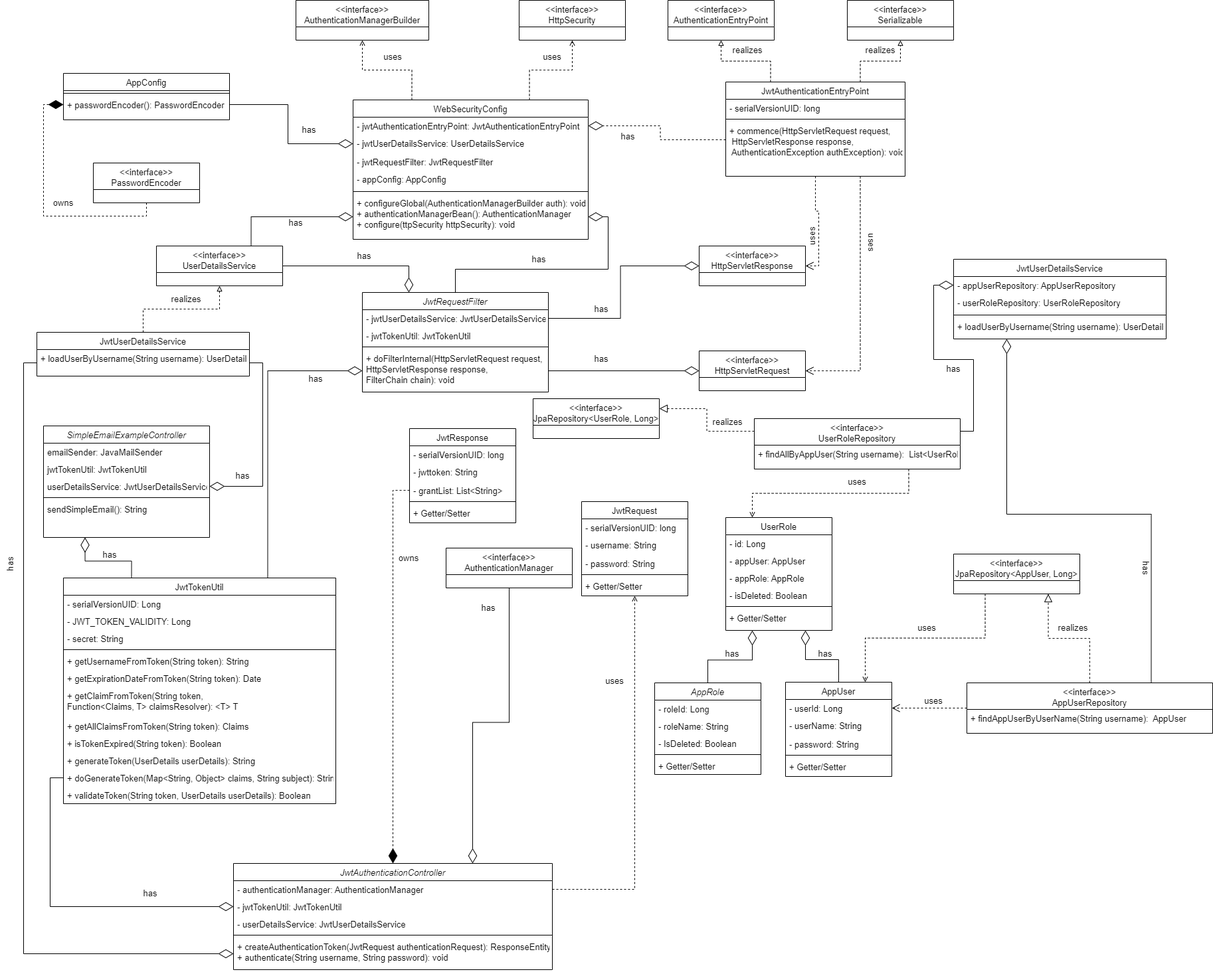
The draw.io diagram module6/detail-design/login-forgot-password-class-diagram.png in tranthienminh135/C0222G2-TranDucPhuong, before a commit. Source tidied: cells renumbered, new cells last; positions are measured from the earlier drawing's top-left corner, leaving out a move shared by most shapes.
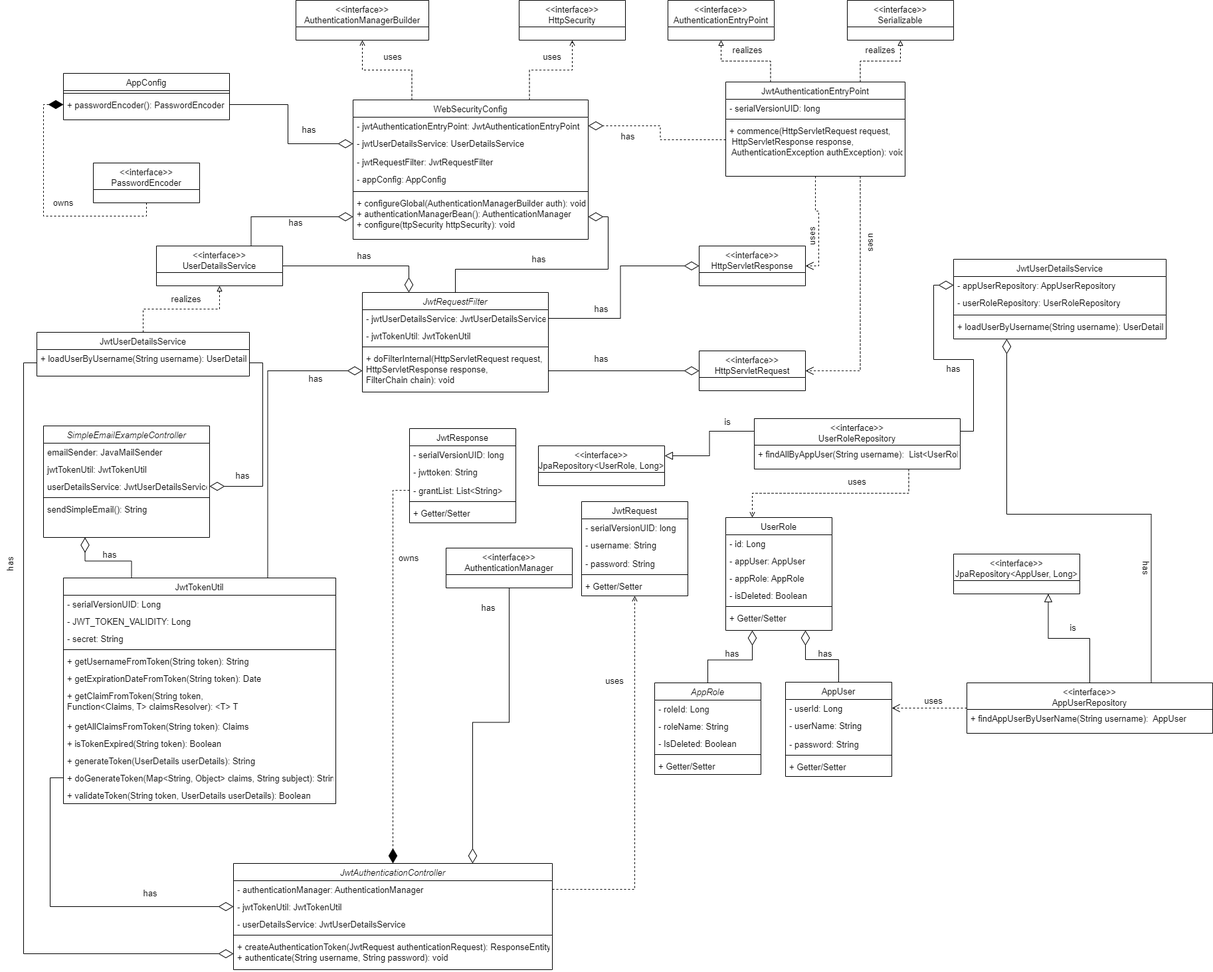
The same file after the commit.

The edit, as a diff of the source:
```diff
@@ -179,7 +179,7 @@
     <mxCell id="60" style="edgeStyle=orthogonalEdgeStyle;rounded=0;jettySize=auto;html=1;exitX=0.75;exitY=1;exitDx=0;exitDy=0;entryX=0.25;entryY=0;entryDx=0;entryDy=0;dashed=1;endArrow=open;endFill=0;fontSize=13;" parent="1" edge="1" source="63" target="16">
       <mxGeometry relative="1" as="geometry" />
     </mxCell>
-    <mxCell id="61" style="edgeStyle=orthogonalEdgeStyle;rounded=0;jettySize=auto;html=1;exitX=0;exitY=0.25;exitDx=0;exitDy=0;entryX=1;entryY=0.25;entryDx=0;entryDy=0;dashed=1;endArrow=block;endFill=0;endSize=10;fontSize=13;" parent="1" edge="1" source="63" target="145">
+    <mxCell id="61" style="edgeStyle=orthogonalEdgeStyle;rounded=0;jettySize=auto;html=1;exitX=0;exitY=0.25;exitDx=0;exitDy=0;entryX=1;entryY=0.25;entryDx=0;entryDy=0;endArrow=block;endFill=0;endSize=10;fontSize=13;" parent="1" edge="1" source="63" target="145">
       <mxGeometry relative="1" as="geometry" />
     </mxCell>
     <mxCell id="62" style="edgeStyle=orthogonalEdgeStyle;rounded=0;jettySize=auto;html=1;exitX=1;exitY=0.25;exitDx=0;exitDy=0;entryX=0;entryY=0.5;entryDx=0;entryDy=0;endArrow=diamondThin;endFill=0;endSize=20;fontSize=13;" parent="1" edge="1" source="63" target="134">
@@ -191,15 +191,9 @@
     <mxCell id="64" value="+ findAllByAppUser(String username):  List&lt;UserRole&gt;" style="text;align=left;verticalAlign=top;spacingLeft=4;spacingRight=4;overflow=hidden;fontStyle=0;fontSize=13;" parent="63" vertex="1">
       <mxGeometry y="40" width="310" height="36" as="geometry" />
     </mxCell>
-    <mxCell id="65" style="edgeStyle=orthogonalEdgeStyle;rounded=0;jettySize=auto;html=1;exitX=0.25;exitY=1;exitDx=0;exitDy=0;entryX=0.75;entryY=0;entryDx=0;entryDy=0;dashed=1;endArrow=open;endFill=0;fontSize=13;" parent="1" edge="1" source="66" target="10">
-      <mxGeometry relative="1" as="geometry" />
-    </mxCell>
     <mxCell id="66" value="&lt;&lt;interface&gt;&gt;&#10;JpaRepository&lt;AppUser, Long&gt;" style="swimlane;fontStyle=0;align=center;verticalAlign=top;horizontal=1;startSize=40;rounded=0;shadow=0;strokeWidth=1;fontSize=13;" parent="1" vertex="1">
       <mxGeometry x="1450" y="834" width="190" height="60" as="geometry" />
     </mxCell>
-    <mxCell id="67" value="uses" style="text;html=1;strokeColor=none;fillColor=none;align=center;verticalAlign=middle;whiteSpace=wrap;rounded=0;fontSize=13;" parent="1" vertex="1">
-      <mxGeometry x="1380" y="930" width="60" height="30" as="geometry" />
-    </mxCell>
     <mxCell id="68" value="uses" style="text;html=1;strokeColor=none;fillColor=none;align=center;verticalAlign=middle;whiteSpace=wrap;rounded=0;fontSize=13;" parent="1" vertex="1">
       <mxGeometry x="1275" y="710" width="60" height="30" as="geometry" />
     </mxCell>
@@ -413,7 +407,7 @@
     <mxCell id="138" style="edgeStyle=orthogonalEdgeStyle;rounded=0;jettySize=auto;html=1;exitX=0;exitY=0.5;exitDx=0;exitDy=0;entryX=1;entryY=0.5;entryDx=0;entryDy=0;dashed=1;endArrow=open;endFill=0;endSize=10;fontSize=13;" parent="1" edge="1" source="141" target="11">
       <mxGeometry relative="1" as="geometry" />
     </mxCell>
-    <mxCell id="139" style="edgeStyle=orthogonalEdgeStyle;rounded=0;jettySize=auto;html=1;exitX=0.5;exitY=0;exitDx=0;exitDy=0;entryX=0.75;entryY=1;entryDx=0;entryDy=0;dashed=1;endArrow=block;endFill=0;endSize=10;fontSize=13;" parent="1" edge="1" source="141" target="66">
+    <mxCell id="139" style="edgeStyle=orthogonalEdgeStyle;rounded=0;jettySize=auto;html=1;exitX=0.5;exitY=0;exitDx=0;exitDy=0;entryX=0.75;entryY=1;entryDx=0;entryDy=0;endArrow=block;endFill=0;endSize=10;fontSize=13;" parent="1" edge="1" source="141" target="66">
       <mxGeometry relative="1" as="geometry" />
     </mxCell>
     <mxCell id="140" style="edgeStyle=orthogonalEdgeStyle;rounded=0;jettySize=auto;html=1;exitX=0.75;exitY=0;exitDx=0;exitDy=0;entryX=0.25;entryY=1;entryDx=0;entryDy=0;endArrow=diamondThin;endFill=0;endSize=20;fontSize=13;" parent="1" edge="1" source="141" target="133">
@@ -428,13 +422,13 @@
     <mxCell id="143" value="uses" style="text;html=1;strokeColor=none;fillColor=none;align=center;verticalAlign=middle;whiteSpace=wrap;rounded=0;fontSize=13;" parent="1" vertex="1">
       <mxGeometry x="1390" y="1040" width="60" height="30" as="geometry" />
     </mxCell>
-    <mxCell id="144" value="realizes" style="text;html=1;strokeColor=none;fillColor=none;align=center;verticalAlign=middle;whiteSpace=wrap;rounded=0;fontSize=13;" parent="1" vertex="1">
+    <mxCell id="144" value="is" style="text;html=1;strokeColor=none;fillColor=none;align=center;verticalAlign=middle;whiteSpace=wrap;rounded=0;fontSize=13;" parent="1" vertex="1">
       <mxGeometry x="1600" y="930" width="60" height="30" as="geometry" />
     </mxCell>
     <mxCell id="145" value="&lt;&lt;interface&gt;&gt;&#10;JpaRepository&lt;UserRole, Long&gt;" style="swimlane;fontStyle=0;align=center;verticalAlign=top;horizontal=1;startSize=40;rounded=0;shadow=0;strokeWidth=1;fontSize=13;" parent="1" vertex="1">
-      <mxGeometry x="817" y="600" width="190" height="60" as="geometry" />
+      <mxGeometry x="825" y="671" width="190" height="60" as="geometry" />
     </mxCell>
-    <mxCell id="146" value="realizes" style="text;html=1;strokeColor=none;fillColor=none;align=center;verticalAlign=middle;whiteSpace=wrap;rounded=0;fontSize=13;" parent="1" vertex="1">
+    <mxCell id="146" value="is" style="text;html=1;strokeColor=none;fillColor=none;align=center;verticalAlign=middle;whiteSpace=wrap;rounded=0;fontSize=13;" parent="1" vertex="1">
       <mxGeometry x="1080" y="620" width="60" height="30" as="geometry" />
     </mxCell>
     <mxCell id="147" value="has" style="text;html=1;strokeColor=none;fillColor=none;align=center;verticalAlign=middle;whiteSpace=wrap;rounded=0;fontSize=13;" parent="1" vertex="1">
```
